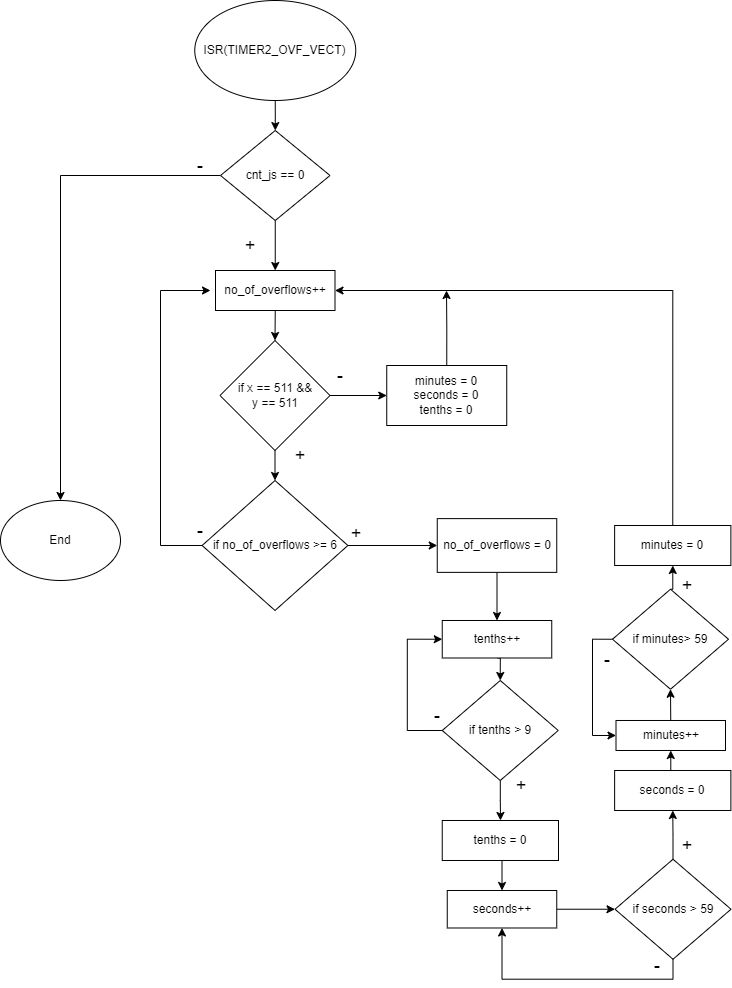
OndraFoltyn/digital-electronics-2 keeps this draw.io diagram as project1/Stopwatch.drawio.png. Above is the earlier version. Source tidied: cells renumbered, new cells last; positions are measured from the earlier drawing's top-left corner, leaving out a move shared by most shapes.
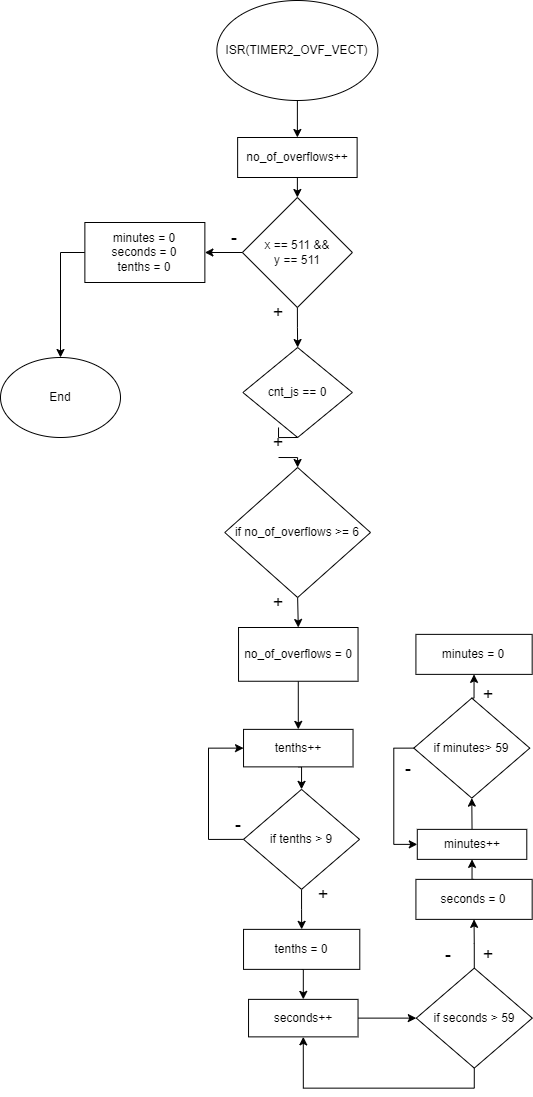
The same diagram one commit later.

The edit, as a diff of the source:
```diff
@@ -2,68 +2,38 @@
   <root>
     <mxCell id="0" />
     <mxCell id="1" parent="0" />
-    <mxCell id="2" style="edgeStyle=orthogonalEdgeStyle;rounded=0;jettySize=auto;html=1;" parent="1" edge="1" source="3" target="6">
-      <mxGeometry relative="1" as="geometry" />
-    </mxCell>
+    <mxCell id="53" style="edgeStyle=orthogonalEdgeStyle;rounded=0;jettySize=auto;html=1;exitX=0.5;exitY=1;exitDx=0;exitDy=0;entryX=0.5;entryY=0;entryDx=0;entryDy=0;" parent="1" edge="1" source="3" target="8">
+      <mxGeometry relative="1" as="geometry" />
+    </mxCell>
     <mxCell id="3" value="ISR(TIMER2_OVF_VECT)" style="ellipse;whiteSpace=wrap;html=1;" parent="1" vertex="1">
-      <mxGeometry x="194.2" width="161" height="100" as="geometry" />
+      <mxGeometry x="186.4" y="-67" width="161" height="100" as="geometry" />
     </mxCell>
-    <mxCell id="4" style="edgeStyle=orthogonalEdgeStyle;rounded=0;jettySize=auto;html=1;" parent="1" edge="1" source="6" target="8">
-      <mxGeometry relative="1" as="geometry" />
-    </mxCell>
-    <mxCell id="5" style="edgeStyle=orthogonalEdgeStyle;rounded=0;jettySize=auto;html=1;exitX=0;exitY=0.5;exitDx=0;exitDy=0;" parent="1" edge="1" source="6" target="12">
-      <mxGeometry relative="1" as="geometry" />
-    </mxCell>
+    <mxCell id="54" style="edgeStyle=orthogonalEdgeStyle;rounded=0;jettySize=auto;html=1;exitX=0.5;exitY=1;exitDx=0;exitDy=0;entryX=0.5;entryY=0;entryDx=0;entryDy=0;startArrow=none;" parent="1" edge="1" source="62" target="11">
+      <mxGeometry relative="1" as="geometry" />
+    </mxCell>
     <mxCell id="6" value="cnt_js == 0" style="rhombus;whiteSpace=wrap;html=1;" parent="1" vertex="1">
-      <mxGeometry x="220" y="130" width="109.5" height="90" as="geometry" />
+      <mxGeometry x="212.4" y="280" width="109.5" height="90" as="geometry" />
     </mxCell>
-    <mxCell id="7" style="edgeStyle=orthogonalEdgeStyle;rounded=0;jettySize=auto;html=1;exitX=0.5;exitY=1;exitDx=0;exitDy=0;entryX=0.5;entryY=0;entryDx=0;entryDy=0;" parent="1" edge="1" source="8" target="48">
-      <mxGeometry relative="1" as="geometry" />
-    </mxCell>
-    <mxCell id="8" value="no_of_overflows++" style="whiteSpace=wrap;html=1;" parent="1" vertex="1">
-      <mxGeometry x="215" y="270" width="119.5" height="40" as="geometry" />
-    </mxCell>
-    <mxCell id="9" style="edgeStyle=orthogonalEdgeStyle;rounded=0;jettySize=auto;html=1;fontSize=18;" parent="1" edge="1" source="11" target="18">
+    <mxCell id="9" style="edgeStyle=orthogonalEdgeStyle;rounded=0;jettySize=auto;html=1;exitX=0.5;exitY=1;exitDx=0;exitDy=0;entryX=0.5;entryY=0;entryDx=0;entryDy=0;" parent="1" edge="1" source="11" target="18">
       <mxGeometry relative="1" as="geometry" />
     </mxCell>
-    <mxCell id="10" style="edgeStyle=orthogonalEdgeStyle;rounded=0;jettySize=auto;html=1;exitX=0;exitY=0.5;exitDx=0;exitDy=0;" parent="1" edge="1" source="11">
-      <mxGeometry relative="1" as="geometry">
-        <mxPoint x="210" y="290" as="targetPoint" />
-        <Array as="points">
-          <mxPoint x="160" y="545" />
-          <mxPoint x="160" y="290" />
-        </Array>
-      </mxGeometry>
-    </mxCell>
     <mxCell id="11" value="if no_of_overflows &amp;gt;= 6" style="rhombus;whiteSpace=wrap;html=1;" parent="1" vertex="1">
-      <mxGeometry x="201.6" y="480" width="145.8" height="130" as="geometry" />
+      <mxGeometry x="194.3" y="400" width="145.8" height="130" as="geometry" />
     </mxCell>
     <mxCell id="12" value="End" style="ellipse;whiteSpace=wrap;html=1;" parent="1" vertex="1">
-      <mxGeometry y="500" width="120" height="80" as="geometry" />
+      <mxGeometry x="-30" y="290" width="120" height="80" as="geometry" />
     </mxCell>
-    <mxCell id="13" value="&lt;font style=&quot;font-size: 18px;&quot;&gt;-&lt;/font&gt;" style="text;html=1;strokeColor=none;fillColor=none;align=center;verticalAlign=middle;whiteSpace=wrap;rounded=0;" parent="1" vertex="1">
-      <mxGeometry x="170" y="150" width="60" height="30" as="geometry" />
-    </mxCell>
-    <mxCell id="14" value="&lt;font style=&quot;font-size: 18px;&quot;&gt;-&lt;/font&gt;" style="text;html=1;strokeColor=none;fillColor=none;align=center;verticalAlign=middle;whiteSpace=wrap;rounded=0;" parent="1" vertex="1">
-      <mxGeometry x="170" y="515" width="60" height="30" as="geometry" />
-    </mxCell>
-    <mxCell id="15" value="&lt;font style=&quot;font-size: 18px;&quot;&gt;+&lt;/font&gt;" style="text;html=1;strokeColor=none;fillColor=none;align=center;verticalAlign=middle;whiteSpace=wrap;rounded=0;" parent="1" vertex="1">
-      <mxGeometry x="220" y="230" width="60" height="30" as="geometry" />
-    </mxCell>
-    <mxCell id="16" value="&lt;font style=&quot;font-size: 18px;&quot;&gt;+&lt;/font&gt;" style="text;html=1;strokeColor=none;fillColor=none;align=center;verticalAlign=middle;whiteSpace=wrap;rounded=0;" parent="1" vertex="1">
-      <mxGeometry x="326.2" y="518.1" width="60" height="30" as="geometry" />
-    </mxCell>
     <mxCell id="17" style="edgeStyle=orthogonalEdgeStyle;rounded=0;jettySize=auto;html=1;fontSize=18;" parent="1" edge="1" source="18" target="20">
       <mxGeometry relative="1" as="geometry" />
     </mxCell>
     <mxCell id="18" value="no_of_overflows = 0" style="whiteSpace=wrap;html=1;" parent="1" vertex="1">
-      <mxGeometry x="436.8" y="518.1" width="119.5" height="53.8" as="geometry" />
+      <mxGeometry x="208" y="560" width="119.5" height="53.8" as="geometry" />
     </mxCell>
     <mxCell id="19" style="edgeStyle=orthogonalEdgeStyle;rounded=0;jettySize=auto;html=1;exitX=0.5;exitY=1;exitDx=0;exitDy=0;entryX=0.5;entryY=0;entryDx=0;entryDy=0;fontSize=18;" parent="1" edge="1" source="20" target="23">
       <mxGeometry relative="1" as="geometry" />
     </mxCell>
     <mxCell id="20" value="tenths++" style="whiteSpace=wrap;html=1;" parent="1" vertex="1">
-      <mxGeometry x="441.8" y="620" width="109.5" height="37.5" as="geometry" />
+      <mxGeometry x="213" y="661.9" width="109.5" height="37.5" as="geometry" />
     </mxCell>
     <mxCell id="21" style="edgeStyle=orthogonalEdgeStyle;rounded=0;jettySize=auto;html=1;fontSize=18;" parent="1" edge="1" source="23" target="26">
       <mxGeometry relative="1" as="geometry" />
@@ -71,28 +41,28 @@
     <mxCell id="22" style="edgeStyle=orthogonalEdgeStyle;rounded=0;jettySize=auto;html=1;exitX=0;exitY=0.5;exitDx=0;exitDy=0;entryX=0;entryY=0.5;entryDx=0;entryDy=0;fontSize=18;" parent="1" edge="1" source="23" target="20">
       <mxGeometry relative="1" as="geometry">
         <Array as="points">
-          <mxPoint x="406.8" y="730" />
-          <mxPoint x="406.8" y="639" />
+          <mxPoint x="178" y="771.9" />
+          <mxPoint x="178" y="680.9" />
         </Array>
       </mxGeometry>
     </mxCell>
     <mxCell id="23" value="if tenths &amp;gt; 9" style="rhombus;whiteSpace=wrap;html=1;rounded=0;" parent="1" vertex="1">
-      <mxGeometry x="441.8" y="680" width="116" height="100" as="geometry" />
+      <mxGeometry x="213" y="721.9" width="116" height="100" as="geometry" />
     </mxCell>
     <mxCell id="24" value="&lt;font style=&quot;font-size: 18px;&quot;&gt;-&lt;/font&gt;" style="text;html=1;strokeColor=none;fillColor=none;align=center;verticalAlign=middle;whiteSpace=wrap;rounded=0;" parent="1" vertex="1">
-      <mxGeometry x="406.8" y="700" width="60" height="30" as="geometry" />
+      <mxGeometry x="178" y="741.9" width="60" height="30" as="geometry" />
     </mxCell>
     <mxCell id="25" style="edgeStyle=orthogonalEdgeStyle;rounded=0;jettySize=auto;html=1;exitX=0.5;exitY=1;exitDx=0;exitDy=0;entryX=0.5;entryY=0;entryDx=0;entryDy=0;fontSize=18;" parent="1" edge="1" source="26" target="28">
       <mxGeometry relative="1" as="geometry" />
     </mxCell>
     <mxCell id="26" value="tenths = 0" style="whiteSpace=wrap;html=1;rounded=0;" parent="1" vertex="1">
-      <mxGeometry x="441.8" y="820" width="116.2" height="40" as="geometry" />
+      <mxGeometry x="213" y="861.9" width="116.2" height="40" as="geometry" />
     </mxCell>
     <mxCell id="27" style="edgeStyle=orthogonalEdgeStyle;rounded=0;jettySize=auto;html=1;exitX=1;exitY=0.5;exitDx=0;exitDy=0;entryX=0;entryY=0.5;entryDx=0;entryDy=0;fontSize=18;" parent="1" edge="1" source="28" target="31">
       <mxGeometry relative="1" as="geometry" />
     </mxCell>
     <mxCell id="28" value="seconds++" style="whiteSpace=wrap;html=1;" parent="1" vertex="1">
-      <mxGeometry x="446.8" y="890" width="109.5" height="37.5" as="geometry" />
+      <mxGeometry x="218" y="931.9" width="109.5" height="37.5" as="geometry" />
     </mxCell>
     <mxCell id="29" style="edgeStyle=orthogonalEdgeStyle;rounded=0;jettySize=auto;html=1;exitX=0.5;exitY=0;exitDx=0;exitDy=0;entryX=0.5;entryY=1;entryDx=0;entryDy=0;fontSize=18;" parent="1" edge="1" source="31" target="33">
       <mxGeometry relative="1" as="geometry" />
@@ -101,19 +71,19 @@
       <mxGeometry relative="1" as="geometry" />
     </mxCell>
     <mxCell id="31" value="if seconds &amp;gt; 59" style="rhombus;whiteSpace=wrap;html=1;rounded=0;" parent="1" vertex="1">
-      <mxGeometry x="614.5" y="858.7" width="116" height="100" as="geometry" />
+      <mxGeometry x="385.8" y="900.6" width="116" height="100" as="geometry" />
     </mxCell>
     <mxCell id="32" style="edgeStyle=orthogonalEdgeStyle;rounded=0;jettySize=auto;html=1;exitX=0.5;exitY=0;exitDx=0;exitDy=0;entryX=0.5;entryY=1;entryDx=0;entryDy=0;fontSize=18;" parent="1" edge="1" source="33" target="35">
       <mxGeometry relative="1" as="geometry" />
     </mxCell>
     <mxCell id="33" value="seconds = 0" style="whiteSpace=wrap;html=1;rounded=0;" parent="1" vertex="1">
-      <mxGeometry x="614.1" y="770" width="116.2" height="40" as="geometry" />
+      <mxGeometry x="385.4" y="811.9" width="116.2" height="40" as="geometry" />
     </mxCell>
     <mxCell id="34" style="edgeStyle=orthogonalEdgeStyle;rounded=0;jettySize=auto;html=1;exitX=0.5;exitY=0;exitDx=0;exitDy=0;entryX=0.5;entryY=1;entryDx=0;entryDy=0;fontSize=18;" parent="1" edge="1" source="35" target="38">
       <mxGeometry relative="1" as="geometry" />
     </mxCell>
     <mxCell id="35" value="minutes++" style="whiteSpace=wrap;html=1;" parent="1" vertex="1">
-      <mxGeometry x="615.5" y="720" width="109.5" height="30" as="geometry" />
+      <mxGeometry x="386.8" y="761.9" width="109.5" height="30" as="geometry" />
     </mxCell>
     <mxCell id="36" style="edgeStyle=orthogonalEdgeStyle;rounded=0;jettySize=auto;html=1;exitX=0.5;exitY=0;exitDx=0;exitDy=0;entryX=0.5;entryY=1;entryDx=0;entryDy=0;fontSize=18;" parent="1" edge="1" source="38" target="40">
       <mxGeometry relative="1" as="geometry" />
@@ -122,51 +92,61 @@
       <mxGeometry relative="1" as="geometry" />
     </mxCell>
     <mxCell id="38" value="if minutes&amp;gt; 59" style="rhombus;whiteSpace=wrap;html=1;rounded=0;" parent="1" vertex="1">
-      <mxGeometry x="612" y="588.7" width="116" height="100" as="geometry" />
+      <mxGeometry x="383.3" y="630.6" width="116" height="100" as="geometry" />
     </mxCell>
-    <mxCell id="39" style="edgeStyle=orthogonalEdgeStyle;rounded=0;jettySize=auto;html=1;exitX=0.5;exitY=0;exitDx=0;exitDy=0;entryX=1;entryY=0.5;entryDx=0;entryDy=0;fontSize=18;" parent="1" edge="1" source="40" target="8">
-      <mxGeometry relative="1" as="geometry" />
-    </mxCell>
     <mxCell id="40" value="minutes&amp;nbsp;= 0" style="whiteSpace=wrap;html=1;rounded=0;" parent="1" vertex="1">
-      <mxGeometry x="614.1" y="525" width="116.2" height="40" as="geometry" />
+      <mxGeometry x="385.4" y="566.9" width="116.2" height="40" as="geometry" />
     </mxCell>
     <mxCell id="41" value="&lt;font style=&quot;font-size: 18px;&quot;&gt;-&lt;/font&gt;" style="text;html=1;strokeColor=none;fillColor=none;align=center;verticalAlign=middle;whiteSpace=wrap;rounded=0;" parent="1" vertex="1">
-      <mxGeometry x="626.8" y="950" width="60" height="30" as="geometry" />
+      <mxGeometry x="388" y="871.9" width="60" height="30" as="geometry" />
     </mxCell>
     <mxCell id="42" value="&lt;font style=&quot;font-size: 18px;&quot;&gt;-&lt;/font&gt;" style="text;html=1;strokeColor=none;fillColor=none;align=center;verticalAlign=middle;whiteSpace=wrap;rounded=0;" parent="1" vertex="1">
-      <mxGeometry x="576.8" y="644" width="60" height="30" as="geometry" />
+      <mxGeometry x="348" y="685.9" width="60" height="30" as="geometry" />
     </mxCell>
     <mxCell id="43" value="&lt;font style=&quot;font-size: 18px;&quot;&gt;+&lt;/font&gt;" style="text;html=1;strokeColor=none;fillColor=none;align=center;verticalAlign=middle;whiteSpace=wrap;rounded=0;" parent="1" vertex="1">
-      <mxGeometry x="491.2" y="770" width="60" height="30" as="geometry" />
+      <mxGeometry x="262.5" y="811.9" width="60" height="30" as="geometry" />
     </mxCell>
     <mxCell id="44" value="&lt;font style=&quot;font-size: 18px;&quot;&gt;+&lt;/font&gt;" style="text;html=1;strokeColor=none;fillColor=none;align=center;verticalAlign=middle;whiteSpace=wrap;rounded=0;" parent="1" vertex="1">
-      <mxGeometry x="656.8" y="830" width="60" height="30" as="geometry" />
+      <mxGeometry x="428" y="871.9" width="60" height="30" as="geometry" />
     </mxCell>
     <mxCell id="45" value="&lt;font style=&quot;font-size: 18px;&quot;&gt;+&lt;/font&gt;" style="text;html=1;strokeColor=none;fillColor=none;align=center;verticalAlign=middle;whiteSpace=wrap;rounded=0;" parent="1" vertex="1">
-      <mxGeometry x="656.8" y="570" width="60" height="30" as="geometry" />
+      <mxGeometry x="428" y="611.9" width="60" height="30" as="geometry" />
     </mxCell>
-    <mxCell id="46" style="edgeStyle=orthogonalEdgeStyle;rounded=0;jettySize=auto;html=1;exitX=0.5;exitY=1;exitDx=0;exitDy=0;entryX=0.5;entryY=0;entryDx=0;entryDy=0;" parent="1" edge="1" source="48" target="11">
-      <mxGeometry relative="1" as="geometry" />
-    </mxCell>
-    <mxCell id="47" style="edgeStyle=orthogonalEdgeStyle;rounded=0;jettySize=auto;html=1;exitX=1;exitY=0.5;exitDx=0;exitDy=0;entryX=0;entryY=0.5;entryDx=0;entryDy=0;" parent="1" edge="1" source="48" target="52">
-      <mxGeometry relative="1" as="geometry" />
-    </mxCell>
-    <mxCell id="48" value="if x == 511 &amp;amp;&amp;amp; &lt;br&gt;y == 511" style="rhombus;whiteSpace=wrap;html=1;" parent="1" vertex="1">
-      <mxGeometry x="219.5" y="340" width="110" height="110" as="geometry" />
-    </mxCell>
-    <mxCell id="49" value="&lt;font style=&quot;font-size: 18px;&quot;&gt;+&lt;/font&gt;" style="text;html=1;strokeColor=none;fillColor=none;align=center;verticalAlign=middle;whiteSpace=wrap;rounded=0;" parent="1" vertex="1">
-      <mxGeometry x="270" y="440" width="60" height="30" as="geometry" />
-    </mxCell>
-    <mxCell id="50" value="&lt;font style=&quot;font-size: 18px;&quot;&gt;-&lt;/font&gt;" style="text;html=1;strokeColor=none;fillColor=none;align=center;verticalAlign=middle;whiteSpace=wrap;rounded=0;" parent="1" vertex="1">
-      <mxGeometry x="310" y="360" width="60" height="30" as="geometry" />
-    </mxCell>
-    <mxCell id="51" style="edgeStyle=orthogonalEdgeStyle;rounded=0;jettySize=auto;html=1;exitX=0.5;exitY=0;exitDx=0;exitDy=0;" parent="1" edge="1" source="52">
-      <mxGeometry relative="1" as="geometry">
-        <mxPoint x="446" y="290" as="targetPoint" />
-      </mxGeometry>
-    </mxCell>
+    <mxCell id="55" style="edgeStyle=orthogonalEdgeStyle;rounded=0;jettySize=auto;html=1;exitX=0;exitY=0.5;exitDx=0;exitDy=0;entryX=1;entryY=0.5;entryDx=0;entryDy=0;" parent="1" edge="1" source="57" target="52">
+      <mxGeometry relative="1" as="geometry" />
+    </mxCell>
+    <mxCell id="56" style="edgeStyle=orthogonalEdgeStyle;rounded=0;jettySize=auto;html=1;exitX=0.5;exitY=1;exitDx=0;exitDy=0;" parent="1" edge="1" source="57" target="6">
+      <mxGeometry relative="1" as="geometry" />
+    </mxCell>
+    <mxCell id="57" value="x == 511 &amp;amp;&amp;amp; &lt;br&gt;y == 511" style="rhombus;whiteSpace=wrap;html=1;" parent="1" vertex="1">
+      <mxGeometry x="211.9" y="130" width="110" height="110" as="geometry" />
+    </mxCell>
+    <mxCell id="58" style="edgeStyle=orthogonalEdgeStyle;rounded=0;jettySize=auto;html=1;exitX=0;exitY=0.5;exitDx=0;exitDy=0;entryX=0.5;entryY=0;entryDx=0;entryDy=0;" parent="1" edge="1" source="52" target="12">
+      <mxGeometry relative="1" as="geometry" />
+    </mxCell>
     <mxCell id="52" value="minutes&amp;nbsp;= 0&lt;br&gt;seconds = 0&lt;br&gt;tenths = 0" style="whiteSpace=wrap;html=1;" parent="1" vertex="1">
-      <mxGeometry x="386.2" y="365" width="120" height="60" as="geometry" />
+      <mxGeometry x="54.4" y="155" width="120" height="60" as="geometry" />
     </mxCell>
+    <mxCell id="59" value="&lt;font style=&quot;font-size: 18px;&quot;&gt;-&lt;/font&gt;" style="text;html=1;strokeColor=none;fillColor=none;align=center;verticalAlign=middle;whiteSpace=wrap;rounded=0;" parent="1" vertex="1">
+      <mxGeometry x="174.4" y="155" width="60" height="30" as="geometry" />
+    </mxCell>
+    <mxCell id="60" value="&lt;font style=&quot;font-size: 18px;&quot;&gt;+&lt;/font&gt;" style="text;html=1;strokeColor=none;fillColor=none;align=center;verticalAlign=middle;whiteSpace=wrap;rounded=0;" parent="1" vertex="1">
+      <mxGeometry x="218" y="230" width="60" height="30" as="geometry" />
+    </mxCell>
+    <mxCell id="61" style="edgeStyle=orthogonalEdgeStyle;rounded=0;jettySize=auto;html=1;exitX=0.5;exitY=1;exitDx=0;exitDy=0;entryX=0.5;entryY=0;entryDx=0;entryDy=0;" parent="1" edge="1" source="8" target="57">
+      <mxGeometry relative="1" as="geometry" />
+    </mxCell>
+    <mxCell id="8" value="no_of_overflows++" style="whiteSpace=wrap;html=1;" parent="1" vertex="1">
+      <mxGeometry x="207.1" y="70" width="119.5" height="40" as="geometry" />
+    </mxCell>
+    <mxCell id="62" value="&lt;font style=&quot;font-size: 18px;&quot;&gt;+&lt;/font&gt;" style="text;html=1;strokeColor=none;fillColor=none;align=center;verticalAlign=middle;whiteSpace=wrap;rounded=0;" parent="1" vertex="1">
+      <mxGeometry x="218" y="360" width="60" height="30" as="geometry" />
+    </mxCell>
+    <mxCell id="63" style="edgeStyle=orthogonalEdgeStyle;rounded=0;jettySize=auto;html=1;exitX=0.5;exitY=1;exitDx=0;exitDy=0;entryX=0.5;entryY=0;entryDx=0;entryDy=0;endArrow=none;" parent="1" edge="1" source="6" target="62">
+      <mxGeometry relative="1" as="geometry" />
+    </mxCell>
+    <mxCell id="64" value="&lt;font style=&quot;font-size: 18px;&quot;&gt;+&lt;/font&gt;" style="text;html=1;strokeColor=none;fillColor=none;align=center;verticalAlign=middle;whiteSpace=wrap;rounded=0;" parent="1" vertex="1">
+      <mxGeometry x="218" y="520" width="60" height="30" as="geometry" />
+    </mxCell>
   </root>
 </mxGraphModel>
```
